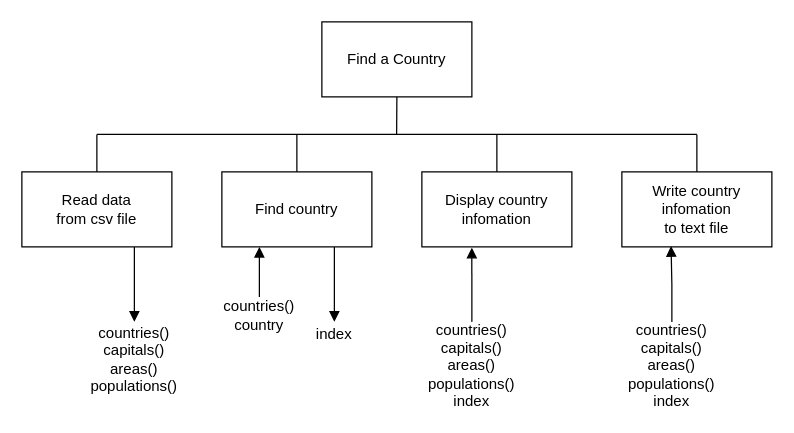
MrFriendCS/MrFriendCS.github.io keeps this draw.io diagram as ah-cs/sdd/AH-SDD-Standard/assets/diagrams/AH-SDD-Binary.drawio. Above is the earlier version. Source tidied: cells renumbered, new cells numbered last; positions are measured from the earlier drawing's top-left corner, leaving out a move shared by most shapes. Both pictures are drawn from the tidied source at 125%, with x=0, y=0 at pixel (21, 21).
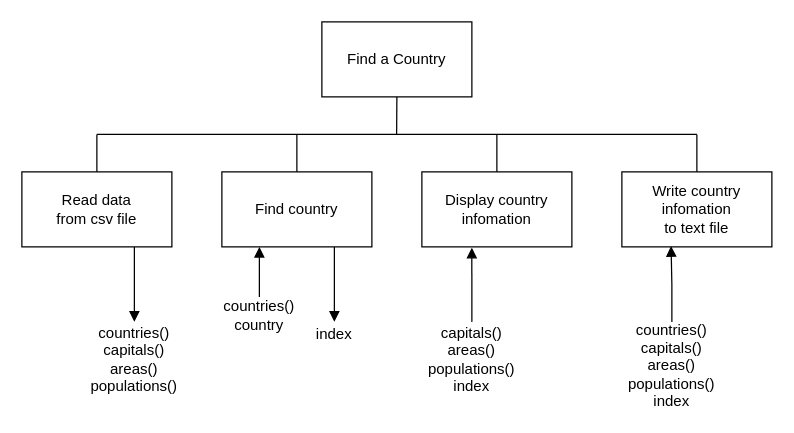
The same page after the edit.

Change to the diagram source:
```diff
@@
-    <mxCell id="16" value="countries()&lt;div&gt;capitals()&lt;/div&gt;&lt;div&gt;areas()&lt;/div&gt;&lt;div&gt;populations()&lt;/div&gt;&lt;div&gt;index&lt;/div&gt;" style="text;html=1;align=center;verticalAlign=middle;whiteSpace=wrap;rounded=0;" parent="1" vertex="1">
-      <mxGeometry x="320" y="240" width="80" height="70" as="geometry" />
+    <mxCell id="16" value="&lt;div&gt;capitals()&lt;/div&gt;&lt;div&gt;areas()&lt;/div&gt;&lt;div&gt;populations()&lt;/div&gt;&lt;div&gt;index&lt;/div&gt;" style="text;html=1;align=center;verticalAlign=middle;whiteSpace=wrap;rounded=0;" parent="1" vertex="1">
+      <mxGeometry x="320" y="240" width="80" height="60" as="geometry" />
     </mxCell>
```
